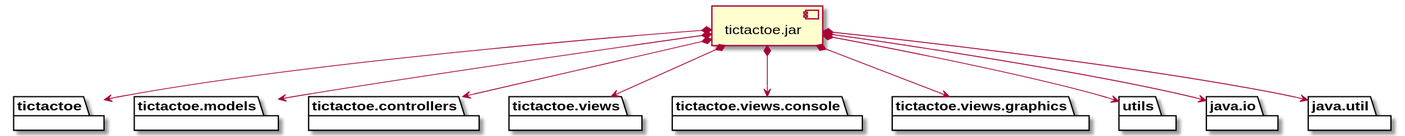
Before: modelViewPresenter/presentationModel/withFacade/docs/diagrams/out/vistas/desarrolloImplementacion.svg, a diagram exported from PlantUML (Jolucaa/USantaTecla-project-ticTacToe).
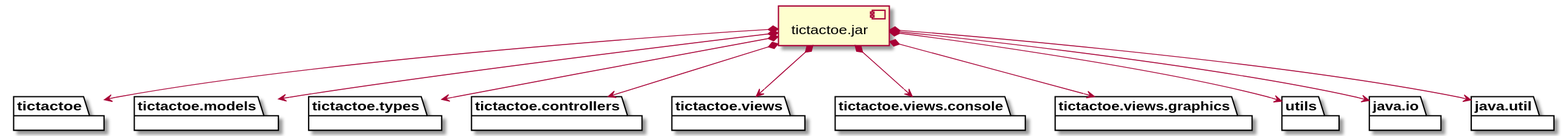
Later version of the same file.

Change to the diagram source:
```diff
@@ -2,6 +2,8 @@
 package "  "  as tictactoe {
 }
 package "  "  as tictactoe.models {
+}
+package "  "  as tictactoe.types {
 }
 package "  "  as tictactoe.controllers {
 }
@@ -22,6 +24,7 @@
 
 jar *--> tictactoe
 jar *--> tictactoe.models
+jar *--> tictactoe.types
 jar *--> tictactoe.controllers
 jar *--> tictactoe.views
 jar *--> tictactoe.views.console
```
